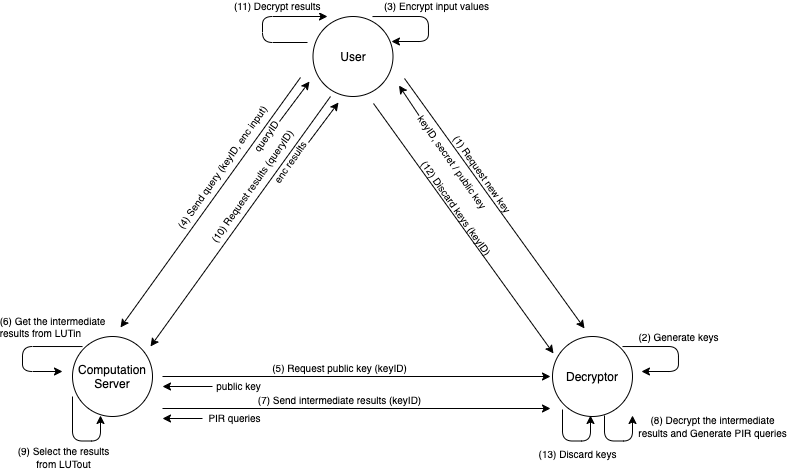
Earlier version of the draw.io export doc/spec-ja/source/images/fhetbl_design-flow.png (iihiro/FHE-Table-Search). Source tidied: cells renumbered, new cells last; positions are measured from the earlier drawing's top-left corner, leaving out a move shared by most shapes.
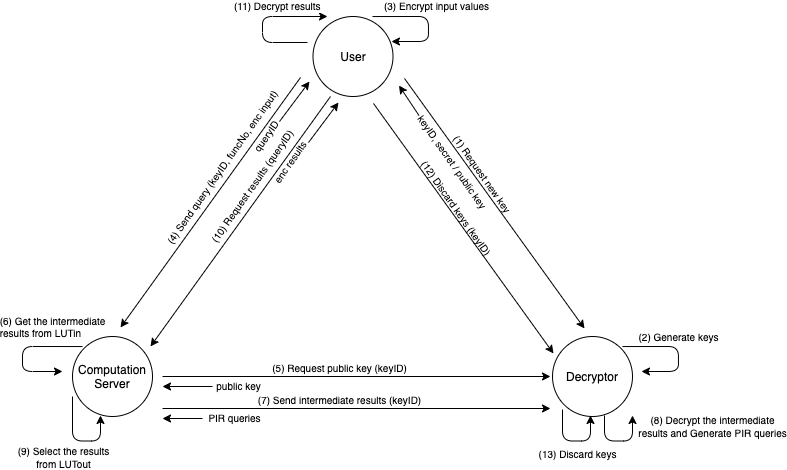
Above is the later version.

What changed in the source:
```diff
@@ -39,7 +39,7 @@
         <mxPoint x="98" y="311" as="targetPoint" />
       </mxGeometry>
     </mxCell>
-    <mxCell id="8" value="&lt;font style=&quot;font-size: 10px&quot;&gt;(4) Send query (keyID, enc input)&lt;/font&gt;" style="text;html=1;align=center;verticalAlign=middle;labelBackgroundColor=#ffffff;rotation=-55;" parent="7" vertex="1">
+    <mxCell id="8" value="&lt;font style=&quot;font-size: 10px&quot;&gt;(4) Send query (keyID, funcNo, enc input)&lt;/font&gt;" style="text;html=1;align=center;verticalAlign=middle;labelBackgroundColor=#ffffff;rotation=-55;" parent="7" vertex="1">
       <mxGeometry x="-0.15" y="1" relative="1" as="geometry">
         <mxPoint x="-4.8" y="-16.1" as="offset" />
       </mxGeometry>
```
